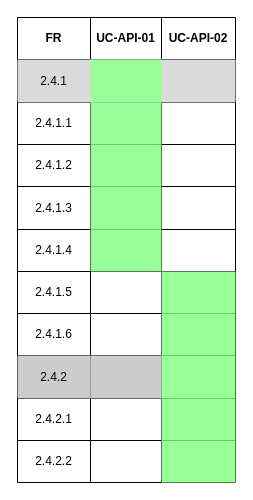
This is page "FR2.4" (6 of 16) of docs/srs/Use_Cases/Traceability_Matrix/Traceability_Matrix.drawio from COS301-SE-2026/UMTAS, a draw.io file, before an edit. Source tidied: cells renumbered, new cells numbered last; positions are measured from the earlier drawing's top-left corner, leaving out a move shared by most shapes. Both pictures are drawn from the tidied source at 100%, with x=0, y=0 at pixel (17, 17).
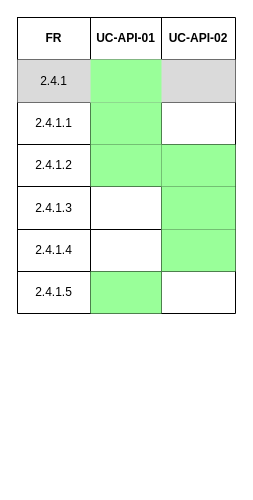
The same page after the edit.

The change refers to these unchanged cells:
```xml
<mxCell id="15" style="shape=tableRow;horizontal=0;startSize=0;swimlaneHead=0;swimlaneBody=0;strokeColor=inherit;top=0;left=0;bottom=0;right=0;fillColor=none;" parent="2" vertex="1">
  <mxGeometry y="127" width="218" height="42" as="geometry" />
</mxCell>
<mxCell id="19" style="shape=tableRow;horizontal=0;startSize=0;swimlaneHead=0;swimlaneBody=0;strokeColor=inherit;top=0;left=0;bottom=0;right=0;fillColor=none;" parent="2" vertex="1">
  <mxGeometry y="169" width="218" height="43" as="geometry" />
</mxCell>
<mxCell id="23" style="shape=tableRow;horizontal=0;startSize=0;swimlaneHead=0;swimlaneBody=0;strokeColor=inherit;top=0;left=0;bottom=0;right=0;fillColor=none;" parent="2" vertex="1">
  <mxGeometry y="212" width="218" height="42" as="geometry" />
</mxCell>
<mxCell id="27" style="shape=tableRow;horizontal=0;startSize=0;swimlaneHead=0;swimlaneBody=0;strokeColor=inherit;top=0;left=0;bottom=0;right=0;fillColor=none;" parent="2" vertex="1">
  <mxGeometry y="254" width="218" height="42" as="geometry" />
</mxCell>
```

The edit, as a diff of the source:
```diff
@@
     <mxCell id="2" style="shape=table;startSize=0;childLayout=tableLayout;strokeColor=default;" parent="1" vertex="1">
-      <mxGeometry width="218" height="465" as="geometry" />
+      <mxGeometry width="218" height="296" as="geometry" />
     </mxCell>
@@
-    <mxCell id="18" style="shape=partialRectangle;html=1;whiteSpace=wrap;strokeColor=inherit;overflow=hidden;fillColor=none;top=0;left=0;bottom=0;right=0;" parent="15" vertex="1">
+    <mxCell id="18" style="shape=partialRectangle;html=1;whiteSpace=wrap;strokeColor=inherit;overflow=hidden;fillColor=#99FF99;top=0;left=0;bottom=0;right=0;" parent="15" vertex="1">
       <mxGeometry x="144" width="74" height="42" as="geometry" />
     </mxCell>
@@
-    <mxCell id="21" style="shape=partialRectangle;html=1;whiteSpace=wrap;strokeColor=inherit;overflow=hidden;fillColor=#99FF99;top=0;left=0;bottom=0;right=0;" parent="19" vertex="1">
+    <mxCell id="21" style="shape=partialRectangle;html=1;whiteSpace=wrap;strokeColor=inherit;overflow=hidden;fillColor=none;top=0;left=0;bottom=0;right=0;" parent="19" vertex="1">
       <mxGeometry x="73" width="71" height="43" as="geometry" />
     </mxCell>
-    <mxCell id="22" style="shape=partialRectangle;html=1;whiteSpace=wrap;strokeColor=inherit;overflow=hidden;fillColor=none;top=0;left=0;bottom=0;right=0;" parent="19" vertex="1">
+    <mxCell id="22" style="shape=partialRectangle;html=1;whiteSpace=wrap;strokeColor=inherit;overflow=hidden;fillColor=#99FF99;top=0;left=0;bottom=0;right=0;" parent="19" vertex="1">
       <mxGeometry x="144" width="74" height="43" as="geometry" />
     </mxCell>
@@
-    <mxCell id="25" style="shape=partialRectangle;html=1;whiteSpace=wrap;strokeColor=inherit;overflow=hidden;fillColor=#99FF99;top=0;left=0;bottom=0;right=0;" parent="23" vertex="1">
+    <mxCell id="25" style="shape=partialRectangle;html=1;whiteSpace=wrap;strokeColor=inherit;overflow=hidden;fillColor=none;top=0;left=0;bottom=0;right=0;" parent="23" vertex="1">
       <mxGeometry x="73" width="71" height="42" as="geometry" />
     </mxCell>
-    <mxCell id="26" style="shape=partialRectangle;html=1;whiteSpace=wrap;strokeColor=inherit;overflow=hidden;fillColor=none;top=0;left=0;bottom=0;right=0;" parent="23" vertex="1">
+    <mxCell id="26" style="shape=partialRectangle;html=1;whiteSpace=wrap;strokeColor=inherit;overflow=hidden;fillColor=#99FF99;top=0;left=0;bottom=0;right=0;" parent="23" vertex="1">
       <mxGeometry x="144" width="74" height="42" as="geometry" />
     </mxCell>
@@
-    <mxCell id="29" style="shape=partialRectangle;html=1;whiteSpace=wrap;strokeColor=inherit;overflow=hidden;fillColor=none;top=0;left=0;bottom=0;right=0;" parent="27" vertex="1">
+    <mxCell id="29" style="shape=partialRectangle;html=1;whiteSpace=wrap;strokeColor=inherit;overflow=hidden;fillColor=#99FF99;top=0;left=0;bottom=0;right=0;" parent="27" vertex="1">
       <mxGeometry x="73" width="71" height="42" as="geometry" />
     </mxCell>
-    <mxCell id="30" style="shape=partialRectangle;html=1;whiteSpace=wrap;strokeColor=inherit;overflow=hidden;fillColor=#99FF99;top=0;left=0;bottom=0;right=0;" parent="27" vertex="1">
+    <mxCell id="30" style="shape=partialRectangle;html=1;whiteSpace=wrap;strokeColor=inherit;overflow=hidden;fillColor=none;top=0;left=0;bottom=0;right=0;" parent="27" vertex="1">
       <mxGeometry x="144" width="74" height="42" as="geometry" />
     </mxCell>
-    <mxCell id="31" style="shape=tableRow;horizontal=0;startSize=0;swimlaneHead=0;swimlaneBody=0;strokeColor=inherit;top=0;left=0;bottom=0;right=0;fillColor=none;" parent="2" vertex="1">
-      <mxGeometry y="296" width="218" height="42" as="geometry" />
-    </mxCell>
-    <mxCell id="32" value="2.4.1.6" style="shape=partialRectangle;html=1;whiteSpace=wrap;strokeColor=inherit;overflow=hidden;fillColor=none;top=0;left=0;bottom=0;right=0;" parent="31" vertex="1">
-      <mxGeometry width="73" height="42" as="geometry" />
-    </mxCell>
-    <mxCell id="33" style="shape=partialRectangle;html=1;whiteSpace=wrap;strokeColor=inherit;overflow=hidden;fillColor=none;top=0;left=0;bottom=0;right=0;" parent="31" vertex="1">
-      <mxGeometry x="73" width="71" height="42" as="geometry" />
-    </mxCell>
-    <mxCell id="34" style="shape=partialRectangle;html=1;whiteSpace=wrap;strokeColor=inherit;overflow=hidden;fillColor=#99FF99;top=0;left=0;bottom=0;right=0;" parent="31" vertex="1">
-      <mxGeometry x="144" width="74" height="42" as="geometry" />
-    </mxCell>
-    <mxCell id="35" style="shape=tableRow;horizontal=0;startSize=0;swimlaneHead=0;swimlaneBody=0;strokeColor=inherit;top=0;left=0;bottom=0;right=0;fillColor=none;" parent="2" vertex="1">
-      <mxGeometry y="338" width="218" height="43" as="geometry" />
-    </mxCell>
-    <mxCell id="36" value="2.4.2" style="shape=partialRectangle;html=1;whiteSpace=wrap;strokeColor=inherit;overflow=hidden;fillColor=#CCCCCC;top=0;left=0;bottom=0;right=0;" parent="35" vertex="1">
-      <mxGeometry width="73" height="43" as="geometry" />
-    </mxCell>
-    <mxCell id="37" style="shape=partialRectangle;html=1;whiteSpace=wrap;strokeColor=inherit;overflow=hidden;fillColor=#CCCCCC;top=0;left=0;bottom=0;right=0;" parent="35" vertex="1">
-      <mxGeometry x="73" width="71" height="43" as="geometry" />
-    </mxCell>
-    <mxCell id="38" style="shape=partialRectangle;html=1;whiteSpace=wrap;strokeColor=inherit;overflow=hidden;fillColor=#99FF99;top=0;left=0;bottom=0;right=0;" parent="35" vertex="1">
-      <mxGeometry x="144" width="74" height="43" as="geometry" />
-    </mxCell>
-    <mxCell id="39" style="shape=tableRow;horizontal=0;startSize=0;swimlaneHead=0;swimlaneBody=0;strokeColor=inherit;top=0;left=0;bottom=0;right=0;fillColor=none;" parent="2" vertex="1">
-      <mxGeometry y="381" width="218" height="42" as="geometry" />
-    </mxCell>
-    <mxCell id="40" value="2.4.2.1" style="shape=partialRectangle;html=1;whiteSpace=wrap;strokeColor=inherit;overflow=hidden;fillColor=none;top=0;left=0;bottom=0;right=0;" parent="39" vertex="1">
-      <mxGeometry width="73" height="42" as="geometry" />
-    </mxCell>
-    <mxCell id="41" style="shape=partialRectangle;html=1;whiteSpace=wrap;strokeColor=inherit;overflow=hidden;fillColor=none;top=0;left=0;bottom=0;right=0;" parent="39" vertex="1">
-      <mxGeometry x="73" width="71" height="42" as="geometry" />
-    </mxCell>
-    <mxCell id="42" style="shape=partialRectangle;html=1;whiteSpace=wrap;strokeColor=inherit;overflow=hidden;fillColor=#99FF99;top=0;left=0;bottom=0;right=0;" parent="39" vertex="1">
-      <mxGeometry x="144" width="74" height="42" as="geometry" />
-    </mxCell>
-    <mxCell id="43" style="shape=tableRow;horizontal=0;startSize=0;swimlaneHead=0;swimlaneBody=0;strokeColor=inherit;top=0;left=0;bottom=0;right=0;fillColor=none;" parent="2" vertex="1">
-      <mxGeometry y="423" width="218" height="42" as="geometry" />
-    </mxCell>
-    <mxCell id="44" value="2.4.2.2" style="shape=partialRectangle;html=1;whiteSpace=wrap;strokeColor=inherit;overflow=hidden;fillColor=none;top=0;left=0;bottom=0;right=0;" parent="43" vertex="1">
-      <mxGeometry width="73" height="42" as="geometry" />
-    </mxCell>
-    <mxCell id="45" style="shape=partialRectangle;html=1;whiteSpace=wrap;strokeColor=inherit;overflow=hidden;fillColor=none;top=0;left=0;bottom=0;right=0;" parent="43" vertex="1">
-      <mxGeometry x="73" width="71" height="42" as="geometry" />
-    </mxCell>
-    <mxCell id="46" style="shape=partialRectangle;html=1;whiteSpace=wrap;strokeColor=inherit;overflow=hidden;fillColor=#99FF99;top=0;left=0;bottom=0;right=0;" parent="43" vertex="1">
-      <mxGeometry x="144" width="74" height="42" as="geometry" />
-    </mxCell>
```
